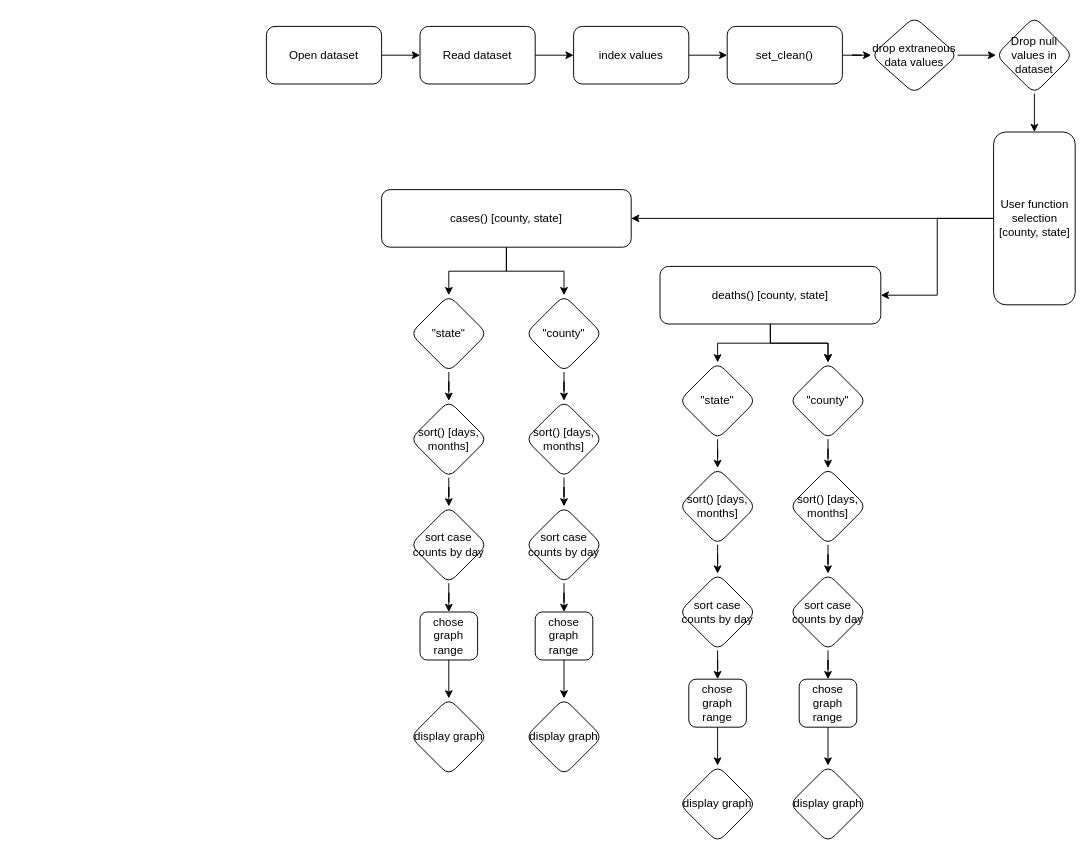
burgermanBrown/INST126_Project4_COVID_Tracker keeps this draw.io diagram as Project Flowchart.drawio. Above is the earlier version. Source tidied: cells renumbered, new cells numbered last; positions are measured from the earlier drawing's top-left corner, leaving out a move shared by most shapes. Both pictures are drawn from the tidied source at 96%, with x=0, y=0 at pixel (266, 16).
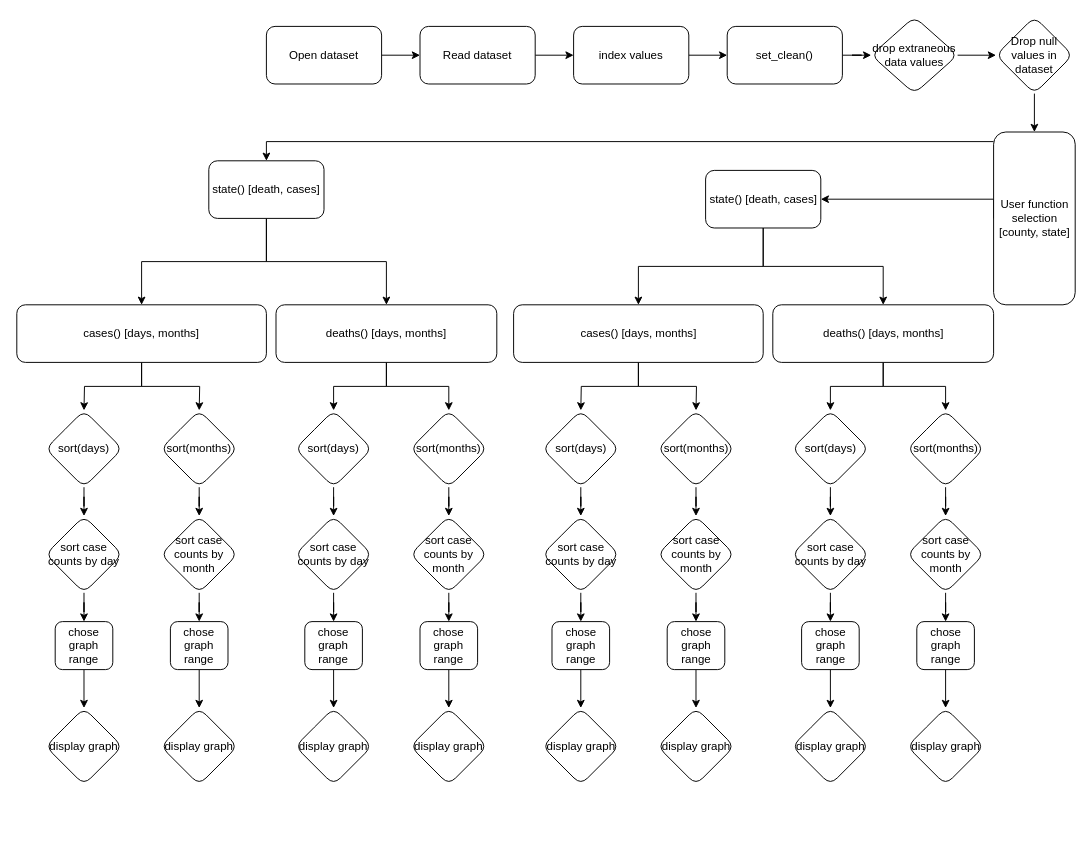
After the change.

Unchanged cells that the change refers to:
```xml
<mxCell id="16" value="User function selection [county, state]" style="whiteSpace=wrap;html=1;rounded=1;" parent="1" vertex="1">
  <mxGeometry x="757.5" y="120" width="85" height="180" as="geometry" />
</mxCell>
```

Change to the diagram source:
```diff
@@
-    <mxCell id="14" style="edgeStyle=orthogonalEdgeStyle;rounded=0;jettySize=auto;html=1;" parent="1" edge="1" source="16" target="19">
-      <mxGeometry relative="1" as="geometry" />
-    </mxCell>
-    <mxCell id="15" style="edgeStyle=orthogonalEdgeStyle;rounded=0;jettySize=auto;html=1;" parent="1" edge="1" source="16" target="23">
-      <mxGeometry relative="1" as="geometry" />
-    </mxCell>
+    <mxCell id="60" style="edgeStyle=orthogonalEdgeStyle;rounded=0;jettySize=auto;html=1;" parent="1" edge="1" source="16" target="64">
+      <mxGeometry relative="1" as="geometry">
+        <Array as="points">
+          <mxPoint y="130" />
+        </Array>
+      </mxGeometry>
+    </mxCell>
+    <mxCell id="61" style="edgeStyle=orthogonalEdgeStyle;rounded=0;jettySize=auto;html=1;exitX=0;exitY=0.5;exitDx=0;exitDy=0;entryX=1;entryY=0.5;entryDx=0;entryDy=0;" parent="1" edge="1" source="16" target="101">
+      <mxGeometry relative="1" as="geometry">
+        <Array as="points">
+          <mxPoint x="758" y="190" />
+        </Array>
+      </mxGeometry>
+    </mxCell>
@@
-    <mxCell id="17" style="edgeStyle=orthogonalEdgeStyle;rounded=0;jettySize=auto;html=1;" parent="1" edge="1" source="19" target="32">
-      <mxGeometry relative="1" as="geometry" />
+    <mxCell id="17" style="edgeStyle=orthogonalEdgeStyle;rounded=0;jettySize=auto;html=1;" parent="1" edge="1" source="19">
+      <mxGeometry relative="1" as="geometry">
+        <mxPoint x="-190" y="410" as="targetPoint" />
+      </mxGeometry>
     </mxCell>
-    <mxCell id="18" style="edgeStyle=orthogonalEdgeStyle;rounded=0;jettySize=auto;html=1;" parent="1" edge="1" source="19" target="34">
-      <mxGeometry relative="1" as="geometry" />
+    <mxCell id="18" style="edgeStyle=orthogonalEdgeStyle;rounded=0;jettySize=auto;html=1;" parent="1" edge="1" source="19">
+      <mxGeometry relative="1" as="geometry">
+        <mxPoint x="-70" y="410" as="targetPoint" />
+      </mxGeometry>
     </mxCell>
-    <mxCell id="19" value="cases() [county, state]" style="whiteSpace=wrap;html=1;rounded=1;" parent="1" vertex="1">
-      <mxGeometry x="120" y="180" width="260" height="60" as="geometry" />
+    <mxCell id="19" value="cases() [days, months]" style="whiteSpace=wrap;html=1;rounded=1;" parent="1" vertex="1">
+      <mxGeometry x="-260" y="300" width="260" height="60" as="geometry" />
     </mxCell>
-    <mxCell id="20" style="edgeStyle=orthogonalEdgeStyle;rounded=0;jettySize=auto;html=1;" parent="1" edge="1" source="23" target="52">
-      <mxGeometry relative="1" as="geometry" />
-    </mxCell>
-    <mxCell id="21" style="edgeStyle=orthogonalEdgeStyle;rounded=0;jettySize=auto;html=1;" parent="1" edge="1" source="23" target="52">
+    <mxCell id="21" style="edgeStyle=orthogonalEdgeStyle;rounded=0;jettySize=auto;html=1;" parent="1" edge="1" source="23" target="73">
       <mxGeometry relative="1" as="geometry" />
     </mxCell>
-    <mxCell id="22" style="edgeStyle=orthogonalEdgeStyle;rounded=0;jettySize=auto;html=1;" parent="1" edge="1" source="23" target="50">
+    <mxCell id="22" style="edgeStyle=orthogonalEdgeStyle;rounded=0;jettySize=auto;html=1;" parent="1" edge="1" source="23" target="66">
       <mxGeometry relative="1" as="geometry" />
     </mxCell>
-    <mxCell id="23" value="&lt;div&gt;deaths() [county, state]&lt;br&gt;&lt;/div&gt;" style="whiteSpace=wrap;html=1;rounded=1;" parent="1" vertex="1">
-      <mxGeometry x="410" y="260" width="230" height="60" as="geometry" />
+    <mxCell id="23" value="&lt;div&gt;deaths() [days, months]&lt;br&gt;&lt;/div&gt;" style="whiteSpace=wrap;html=1;rounded=1;" parent="1" vertex="1">
+      <mxGeometry x="10" y="300" width="230" height="60" as="geometry" />
     </mxCell>
@@
-    <mxCell id="25" value="sort() [days, months]" style="rhombus;whiteSpace=wrap;html=1;rounded=1;" parent="1" vertex="1">
-      <mxGeometry x="150" y="400" width="80" height="80" as="geometry" />
+    <mxCell id="25" value="sort(days)" style="rhombus;whiteSpace=wrap;html=1;rounded=1;" parent="1" vertex="1">
+      <mxGeometry x="-230" y="410" width="80" height="80" as="geometry" />
     </mxCell>
@@
     <mxCell id="27" value="sort case counts by day" style="rhombus;whiteSpace=wrap;html=1;rounded=1;" parent="1" vertex="1">
-      <mxGeometry x="150" y="510" width="80" height="80" as="geometry" />
+      <mxGeometry x="-230" y="520" width="80" height="80" as="geometry" />
     </mxCell>
@@
     <mxCell id="29" value="chose graph range" style="whiteSpace=wrap;html=1;rounded=1;" parent="1" vertex="1">
-      <mxGeometry x="160" y="620" width="60" height="50" as="geometry" />
+      <mxGeometry x="-220" y="630" width="60" height="50" as="geometry" />
     </mxCell>
     <mxCell id="30" value="display graph" style="rhombus;whiteSpace=wrap;html=1;rounded=1;" parent="1" vertex="1">
-      <mxGeometry x="150" y="710" width="80" height="80" as="geometry" />
+      <mxGeometry x="-230" y="720" width="80" height="80" as="geometry" />
     </mxCell>
-    <mxCell id="31" style="edgeStyle=orthogonalEdgeStyle;rounded=0;jettySize=auto;html=1;" parent="1" edge="1" source="32" target="25">
-      <mxGeometry relative="1" as="geometry" />
-    </mxCell>
-    <mxCell id="32" value="&quot;state&quot;" style="rhombus;whiteSpace=wrap;html=1;rounded=1;" parent="1" vertex="1">
-      <mxGeometry x="150" y="290" width="80" height="80" as="geometry" />
-    </mxCell>
-    <mxCell id="33" style="edgeStyle=orthogonalEdgeStyle;rounded=0;jettySize=auto;html=1;" parent="1" edge="1" source="34" target="36">
-      <mxGeometry relative="1" as="geometry" />
-    </mxCell>
-    <mxCell id="34" value="&quot;county&quot;" style="rhombus;whiteSpace=wrap;html=1;rounded=1;" parent="1" vertex="1">
-      <mxGeometry x="270" y="290" width="80" height="80" as="geometry" />
-    </mxCell>
@@
-    <mxCell id="36" value="sort() [days, months]" style="rhombus;whiteSpace=wrap;html=1;rounded=1;" parent="1" vertex="1">
-      <mxGeometry x="270" y="400" width="80" height="80" as="geometry" />
+    <mxCell id="36" value="sort(months)" style="rhombus;whiteSpace=wrap;html=1;rounded=1;" parent="1" vertex="1">
+      <mxGeometry x="-110" y="410" width="80" height="80" as="geometry" />
     </mxCell>
@@
-    <mxCell id="38" value="sort case counts by day" style="rhombus;whiteSpace=wrap;html=1;rounded=1;" parent="1" vertex="1">
-      <mxGeometry x="270" y="510" width="80" height="80" as="geometry" />
+    <mxCell id="38" value="sort case counts by month" style="rhombus;whiteSpace=wrap;html=1;rounded=1;" parent="1" vertex="1">
+      <mxGeometry x="-110" y="520" width="80" height="80" as="geometry" />
     </mxCell>
@@
     <mxCell id="40" value="chose graph range" style="whiteSpace=wrap;html=1;rounded=1;" parent="1" vertex="1">
-      <mxGeometry x="280" y="620" width="60" height="50" as="geometry" />
+      <mxGeometry x="-100" y="630" width="60" height="50" as="geometry" />
     </mxCell>
     <mxCell id="41" value="display graph" style="rhombus;whiteSpace=wrap;html=1;rounded=1;" parent="1" vertex="1">
-      <mxGeometry x="270" y="710" width="80" height="80" as="geometry" />
+      <mxGeometry x="-110" y="720" width="80" height="80" as="geometry" />
     </mxCell>
-    <mxCell id="42" style="edgeStyle=orthogonalEdgeStyle;rounded=0;jettySize=auto;html=1;" parent="1" edge="1" source="43" target="45">
-      <mxGeometry relative="1" as="geometry" />
-    </mxCell>
-    <mxCell id="43" value="sort() [days, months]" style="rhombus;whiteSpace=wrap;html=1;rounded=1;" parent="1" vertex="1">
-      <mxGeometry x="430" y="470" width="80" height="80" as="geometry" />
-    </mxCell>
-    <mxCell id="44" style="edgeStyle=orthogonalEdgeStyle;rounded=0;jettySize=auto;html=1;" parent="1" edge="1" source="45" target="47">
-      <mxGeometry relative="1" as="geometry" />
-    </mxCell>
-    <mxCell id="45" value="sort case counts by day" style="rhombus;whiteSpace=wrap;html=1;rounded=1;" parent="1" vertex="1">
-      <mxGeometry x="430" y="580" width="80" height="80" as="geometry" />
-    </mxCell>
-    <mxCell id="46" style="edgeStyle=orthogonalEdgeStyle;rounded=0;jettySize=auto;html=1;" parent="1" edge="1" source="47" target="48">
-      <mxGeometry relative="1" as="geometry" />
-    </mxCell>
-    <mxCell id="47" value="chose graph range" style="whiteSpace=wrap;html=1;rounded=1;" parent="1" vertex="1">
-      <mxGeometry x="440" y="690" width="60" height="50" as="geometry" />
-    </mxCell>
-    <mxCell id="48" value="display graph" style="rhombus;whiteSpace=wrap;html=1;rounded=1;" parent="1" vertex="1">
-      <mxGeometry x="430" y="780" width="80" height="80" as="geometry" />
-    </mxCell>
-    <mxCell id="49" style="edgeStyle=orthogonalEdgeStyle;rounded=0;jettySize=auto;html=1;" parent="1" edge="1" source="50" target="43">
-      <mxGeometry relative="1" as="geometry" />
-    </mxCell>
-    <mxCell id="50" value="&quot;state&quot;" style="rhombus;whiteSpace=wrap;html=1;rounded=1;" parent="1" vertex="1">
-      <mxGeometry x="430" y="360" width="80" height="80" as="geometry" />
-    </mxCell>
-    <mxCell id="51" style="edgeStyle=orthogonalEdgeStyle;rounded=0;jettySize=auto;html=1;" parent="1" edge="1" source="52" target="54">
-      <mxGeometry relative="1" as="geometry" />
-    </mxCell>
-    <mxCell id="52" value="&quot;county&quot;" style="rhombus;whiteSpace=wrap;html=1;rounded=1;" parent="1" vertex="1">
-      <mxGeometry x="545" y="360" width="80" height="80" as="geometry" />
-    </mxCell>
-    <mxCell id="53" style="edgeStyle=orthogonalEdgeStyle;rounded=0;jettySize=auto;html=1;" parent="1" edge="1" source="54" target="56">
-      <mxGeometry relative="1" as="geometry" />
-    </mxCell>
-    <mxCell id="54" value="sort() [days, months]" style="rhombus;whiteSpace=wrap;html=1;rounded=1;" parent="1" vertex="1">
-      <mxGeometry x="545" y="470" width="80" height="80" as="geometry" />
-    </mxCell>
-    <mxCell id="55" style="edgeStyle=orthogonalEdgeStyle;rounded=0;jettySize=auto;html=1;" parent="1" edge="1" source="56" target="58">
-      <mxGeometry relative="1" as="geometry" />
-    </mxCell>
-    <mxCell id="56" value="sort case counts by day" style="rhombus;whiteSpace=wrap;html=1;rounded=1;" parent="1" vertex="1">
-      <mxGeometry x="545" y="580" width="80" height="80" as="geometry" />
-    </mxCell>
-    <mxCell id="57" style="edgeStyle=orthogonalEdgeStyle;rounded=0;jettySize=auto;html=1;" parent="1" edge="1" source="58" target="59">
-      <mxGeometry relative="1" as="geometry" />
-    </mxCell>
-    <mxCell id="58" value="chose graph range" style="whiteSpace=wrap;html=1;rounded=1;" parent="1" vertex="1">
-      <mxGeometry x="555" y="690" width="60" height="50" as="geometry" />
-    </mxCell>
-    <mxCell id="59" value="display graph" style="rhombus;whiteSpace=wrap;html=1;rounded=1;" parent="1" vertex="1">
-      <mxGeometry x="545" y="780" width="80" height="80" as="geometry" />
-    </mxCell>
+    <mxCell id="62" style="edgeStyle=orthogonalEdgeStyle;rounded=0;jettySize=auto;html=1;" parent="1" edge="1" source="64" target="19">
+      <mxGeometry relative="1" as="geometry" />
+    </mxCell>
+    <mxCell id="63" style="edgeStyle=orthogonalEdgeStyle;rounded=0;jettySize=auto;html=1;" parent="1" edge="1" source="64" target="23">
+      <mxGeometry relative="1" as="geometry" />
+    </mxCell>
+    <mxCell id="64" value="state() [death, cases]" style="whiteSpace=wrap;html=1;rounded=1;" parent="1" vertex="1">
+      <mxGeometry x="-60" y="150" width="120" height="60" as="geometry" />
+    </mxCell>
+    <mxCell id="65" style="edgeStyle=orthogonalEdgeStyle;rounded=0;jettySize=auto;html=1;" parent="1" edge="1" source="66" target="68">
+      <mxGeometry relative="1" as="geometry" />
+    </mxCell>
+    <mxCell id="66" value="sort(days)" style="rhombus;whiteSpace=wrap;html=1;rounded=1;" parent="1" vertex="1">
+      <mxGeometry x="30" y="410" width="80" height="80" as="geometry" />
+    </mxCell>
+    <mxCell id="67" style="edgeStyle=orthogonalEdgeStyle;rounded=0;jettySize=auto;html=1;" parent="1" edge="1" source="68" target="70">
+      <mxGeometry relative="1" as="geometry" />
+    </mxCell>
+    <mxCell id="68" value="sort case counts by day" style="rhombus;whiteSpace=wrap;html=1;rounded=1;" parent="1" vertex="1">
+      <mxGeometry x="30" y="520" width="80" height="80" as="geometry" />
+    </mxCell>
+    <mxCell id="69" style="edgeStyle=orthogonalEdgeStyle;rounded=0;jettySize=auto;html=1;" parent="1" edge="1" source="70" target="71">
+      <mxGeometry relative="1" as="geometry" />
+    </mxCell>
+    <mxCell id="70" value="chose graph range" style="whiteSpace=wrap;html=1;rounded=1;" parent="1" vertex="1">
+      <mxGeometry x="40" y="630" width="60" height="50" as="geometry" />
+    </mxCell>
+    <mxCell id="71" value="display graph" style="rhombus;whiteSpace=wrap;html=1;rounded=1;" parent="1" vertex="1">
+      <mxGeometry x="30" y="720" width="80" height="80" as="geometry" />
+    </mxCell>
+    <mxCell id="72" style="edgeStyle=orthogonalEdgeStyle;rounded=0;jettySize=auto;html=1;" parent="1" edge="1" source="73" target="75">
+      <mxGeometry relative="1" as="geometry" />
+    </mxCell>
+    <mxCell id="73" value="sort(months)" style="rhombus;whiteSpace=wrap;html=1;rounded=1;" parent="1" vertex="1">
+      <mxGeometry x="150" y="410" width="80" height="80" as="geometry" />
+    </mxCell>
+    <mxCell id="74" style="edgeStyle=orthogonalEdgeStyle;rounded=0;jettySize=auto;html=1;" parent="1" edge="1" source="75" target="77">
+      <mxGeometry relative="1" as="geometry" />
+    </mxCell>
+    <mxCell id="75" value="sort case counts by month" style="rhombus;whiteSpace=wrap;html=1;rounded=1;" parent="1" vertex="1">
+      <mxGeometry x="150" y="520" width="80" height="80" as="geometry" />
+    </mxCell>
+    <mxCell id="76" style="edgeStyle=orthogonalEdgeStyle;rounded=0;jettySize=auto;html=1;" parent="1" edge="1" source="77" target="78">
+      <mxGeometry relative="1" as="geometry" />
+    </mxCell>
+    <mxCell id="77" value="chose graph range" style="whiteSpace=wrap;html=1;rounded=1;" parent="1" vertex="1">
+      <mxGeometry x="160" y="630" width="60" height="50" as="geometry" />
+    </mxCell>
+    <mxCell id="78" value="display graph" style="rhombus;whiteSpace=wrap;html=1;rounded=1;" parent="1" vertex="1">
+      <mxGeometry x="150" y="720" width="80" height="80" as="geometry" />
+    </mxCell>
+    <mxCell id="79" style="edgeStyle=orthogonalEdgeStyle;rounded=0;jettySize=auto;html=1;" parent="1" edge="1" source="81">
+      <mxGeometry relative="1" as="geometry">
+        <mxPoint x="327.5" y="410" as="targetPoint" />
+      </mxGeometry>
+    </mxCell>
+    <mxCell id="80" style="edgeStyle=orthogonalEdgeStyle;rounded=0;jettySize=auto;html=1;" parent="1" edge="1" source="81">
+      <mxGeometry relative="1" as="geometry">
+        <mxPoint x="447.5" y="410" as="targetPoint" />
+      </mxGeometry>
+    </mxCell>
+    <mxCell id="81" value="cases() [days, months]" style="whiteSpace=wrap;html=1;rounded=1;" parent="1" vertex="1">
+      <mxGeometry x="257.5" y="300" width="260" height="60" as="geometry" />
+    </mxCell>
+    <mxCell id="82" style="edgeStyle=orthogonalEdgeStyle;rounded=0;jettySize=auto;html=1;" parent="1" edge="1" source="84" target="110">
+      <mxGeometry relative="1" as="geometry" />
+    </mxCell>
+    <mxCell id="83" style="edgeStyle=orthogonalEdgeStyle;rounded=0;jettySize=auto;html=1;" parent="1" edge="1" source="84" target="103">
+      <mxGeometry relative="1" as="geometry" />
+    </mxCell>
+    <mxCell id="84" value="&lt;div&gt;deaths() [days, months]&lt;br&gt;&lt;/div&gt;" style="whiteSpace=wrap;html=1;rounded=1;" parent="1" vertex="1">
+      <mxGeometry x="527.5" y="300" width="230" height="60" as="geometry" />
+    </mxCell>
+    <mxCell id="85" style="edgeStyle=orthogonalEdgeStyle;rounded=0;jettySize=auto;html=1;" parent="1" edge="1" source="86" target="88">
+      <mxGeometry relative="1" as="geometry" />
+    </mxCell>
+    <mxCell id="86" value="sort(days)" style="rhombus;whiteSpace=wrap;html=1;rounded=1;" parent="1" vertex="1">
+      <mxGeometry x="287.5" y="410" width="80" height="80" as="geometry" />
+    </mxCell>
+    <mxCell id="87" style="edgeStyle=orthogonalEdgeStyle;rounded=0;jettySize=auto;html=1;" parent="1" edge="1" source="88" target="90">
+      <mxGeometry relative="1" as="geometry" />
+    </mxCell>
+    <mxCell id="88" value="sort case counts by day" style="rhombus;whiteSpace=wrap;html=1;rounded=1;" parent="1" vertex="1">
+      <mxGeometry x="287.5" y="520" width="80" height="80" as="geometry" />
+    </mxCell>
+    <mxCell id="89" style="edgeStyle=orthogonalEdgeStyle;rounded=0;jettySize=auto;html=1;" parent="1" edge="1" source="90" target="91">
+      <mxGeometry relative="1" as="geometry" />
+    </mxCell>
+    <mxCell id="90" value="chose graph range" style="whiteSpace=wrap;html=1;rounded=1;" parent="1" vertex="1">
+      <mxGeometry x="297.5" y="630" width="60" height="50" as="geometry" />
+    </mxCell>
+    <mxCell id="91" value="display graph" style="rhombus;whiteSpace=wrap;html=1;rounded=1;" parent="1" vertex="1">
+      <mxGeometry x="287.5" y="720" width="80" height="80" as="geometry" />
+    </mxCell>
+    <mxCell id="92" style="edgeStyle=orthogonalEdgeStyle;rounded=0;jettySize=auto;html=1;" parent="1" edge="1" source="93" target="95">
+      <mxGeometry relative="1" as="geometry" />
+    </mxCell>
+    <mxCell id="93" value="sort(months)" style="rhombus;whiteSpace=wrap;html=1;rounded=1;" parent="1" vertex="1">
+      <mxGeometry x="407.5" y="410" width="80" height="80" as="geometry" />
+    </mxCell>
+    <mxCell id="94" style="edgeStyle=orthogonalEdgeStyle;rounded=0;jettySize=auto;html=1;" parent="1" edge="1" source="95" target="97">
+      <mxGeometry relative="1" as="geometry" />
+    </mxCell>
+    <mxCell id="95" value="sort case counts by month" style="rhombus;whiteSpace=wrap;html=1;rounded=1;" parent="1" vertex="1">
+      <mxGeometry x="407.5" y="520" width="80" height="80" as="geometry" />
+    </mxCell>
+    <mxCell id="96" style="edgeStyle=orthogonalEdgeStyle;rounded=0;jettySize=auto;html=1;" parent="1" edge="1" source="97" target="98">
+      <mxGeometry relative="1" as="geometry" />
+    </mxCell>
+    <mxCell id="97" value="chose graph range" style="whiteSpace=wrap;html=1;rounded=1;" parent="1" vertex="1">
+      <mxGeometry x="417.5" y="630" width="60" height="50" as="geometry" />
+    </mxCell>
+    <mxCell id="98" value="display graph" style="rhombus;whiteSpace=wrap;html=1;rounded=1;" parent="1" vertex="1">
+      <mxGeometry x="407.5" y="720" width="80" height="80" as="geometry" />
+    </mxCell>
+    <mxCell id="99" style="edgeStyle=orthogonalEdgeStyle;rounded=0;jettySize=auto;html=1;" parent="1" edge="1" source="101" target="81">
+      <mxGeometry relative="1" as="geometry" />
+    </mxCell>
+    <mxCell id="100" style="edgeStyle=orthogonalEdgeStyle;rounded=0;jettySize=auto;html=1;" parent="1" edge="1" source="101" target="84">
+      <mxGeometry relative="1" as="geometry" />
+    </mxCell>
+    <mxCell id="101" value="state() [death, cases]" style="whiteSpace=wrap;html=1;rounded=1;" parent="1" vertex="1">
+      <mxGeometry x="457.5" y="160" width="120" height="60" as="geometry" />
+    </mxCell>
+    <mxCell id="102" style="edgeStyle=orthogonalEdgeStyle;rounded=0;jettySize=auto;html=1;" parent="1" edge="1" source="103" target="105">
+      <mxGeometry relative="1" as="geometry" />
+    </mxCell>
+    <mxCell id="103" value="sort(days)" style="rhombus;whiteSpace=wrap;html=1;rounded=1;" parent="1" vertex="1">
+      <mxGeometry x="547.5" y="410" width="80" height="80" as="geometry" />
+    </mxCell>
+    <mxCell id="104" style="edgeStyle=orthogonalEdgeStyle;rounded=0;jettySize=auto;html=1;" parent="1" edge="1" source="105" target="107">
+      <mxGeometry relative="1" as="geometry" />
+    </mxCell>
+    <mxCell id="105" value="sort case counts by day" style="rhombus;whiteSpace=wrap;html=1;rounded=1;" parent="1" vertex="1">
+      <mxGeometry x="547.5" y="520" width="80" height="80" as="geometry" />
+    </mxCell>
+    <mxCell id="106" style="edgeStyle=orthogonalEdgeStyle;rounded=0;jettySize=auto;html=1;" parent="1" edge="1" source="107" target="108">
+      <mxGeometry relative="1" as="geometry" />
+    </mxCell>
+    <mxCell id="107" value="chose graph range" style="whiteSpace=wrap;html=1;rounded=1;" parent="1" vertex="1">
+      <mxGeometry x="557.5" y="630" width="60" height="50" as="geometry" />
+    </mxCell>
+    <mxCell id="108" value="display graph" style="rhombus;whiteSpace=wrap;html=1;rounded=1;" parent="1" vertex="1">
+      <mxGeometry x="547.5" y="720" width="80" height="80" as="geometry" />
+    </mxCell>
+    <mxCell id="109" style="edgeStyle=orthogonalEdgeStyle;rounded=0;jettySize=auto;html=1;" parent="1" edge="1" source="110" target="112">
+      <mxGeometry relative="1" as="geometry" />
+    </mxCell>
+    <mxCell id="110" value="sort(months)" style="rhombus;whiteSpace=wrap;html=1;rounded=1;" parent="1" vertex="1">
+      <mxGeometry x="667.5" y="410" width="80" height="80" as="geometry" />
+    </mxCell>
+    <mxCell id="111" style="edgeStyle=orthogonalEdgeStyle;rounded=0;jettySize=auto;html=1;" parent="1" edge="1" source="112" target="114">
+      <mxGeometry relative="1" as="geometry" />
+    </mxCell>
+    <mxCell id="112" value="sort case counts by month" style="rhombus;whiteSpace=wrap;html=1;rounded=1;" parent="1" vertex="1">
+      <mxGeometry x="667.5" y="520" width="80" height="80" as="geometry" />
+    </mxCell>
+    <mxCell id="113" style="edgeStyle=orthogonalEdgeStyle;rounded=0;jettySize=auto;html=1;" parent="1" edge="1" source="114" target="115">
+      <mxGeometry relative="1" as="geometry" />
+    </mxCell>
+    <mxCell id="114" value="chose graph range" style="whiteSpace=wrap;html=1;rounded=1;" parent="1" vertex="1">
+      <mxGeometry x="677.5" y="630" width="60" height="50" as="geometry" />
+    </mxCell>
+    <mxCell id="115" value="display graph" style="rhombus;whiteSpace=wrap;html=1;rounded=1;" parent="1" vertex="1">
+      <mxGeometry x="667.5" y="720" width="80" height="80" as="geometry" />
+    </mxCell>
```
